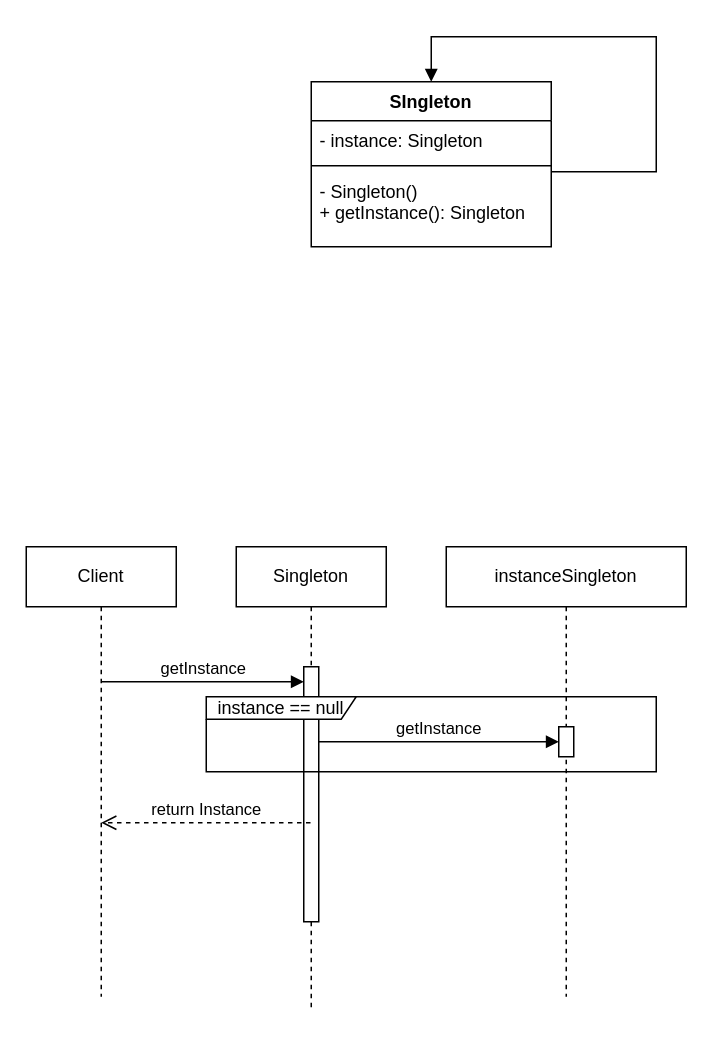
Before: page "Singleton" (5 of 10) of patrones_creacionales/Diagrama sin título.drawio in estebansalas18/Patrones-GoF, a draw.io diagram. Source tidied: cells renumbered, new cells numbered last; positions are measured from the earlier drawing's top-left corner, leaving out a move shared by most shapes. Both pictures are drawn from the tidied source at 150%, with x=0, y=0 at pixel (26, 36).
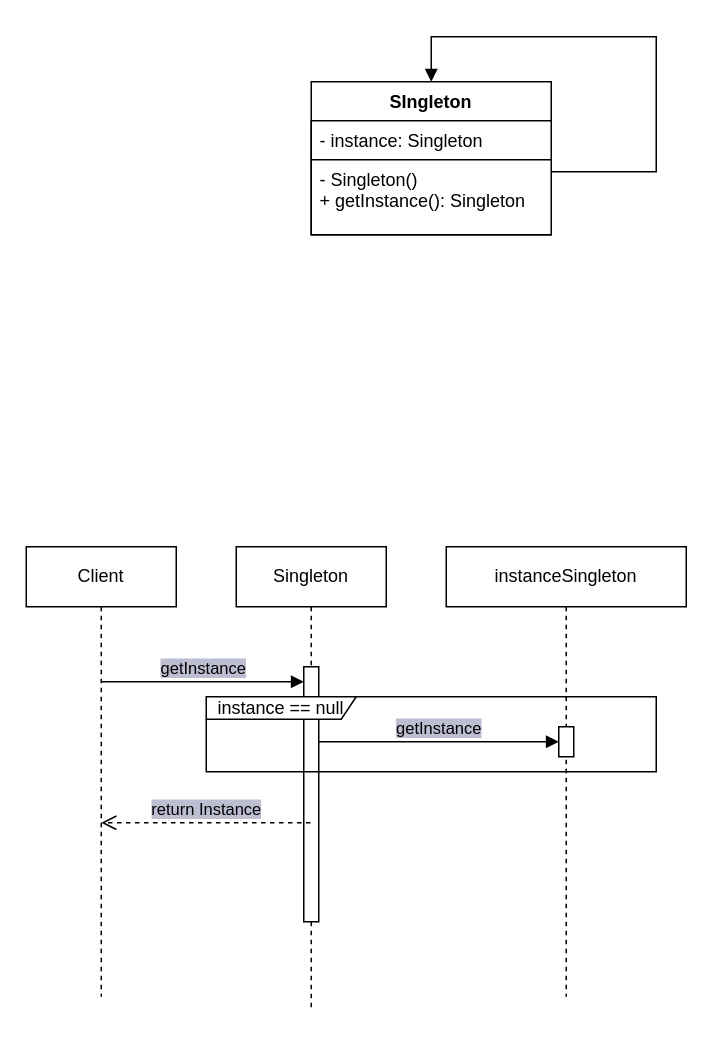
Above is the later version.

Unchanged cells that the change refers to:
```xml
<mxCell id="7" value="Client" style="shape=umlLifeline;perimeter=lifelinePerimeter;whiteSpace=wrap;html=1;" parent="1" vertex="1">
  <mxGeometry y="340" width="100" height="300" as="geometry" />
</mxCell>
<mxCell id="10" value="Singleton" style="shape=umlLifeline;perimeter=lifelinePerimeter;whiteSpace=wrap;html=1;outlineConnect=0;" parent="1" vertex="1">
  <mxGeometry x="140" y="340" width="100" height="310" as="geometry" />
</mxCell>
```

Diff of the diagram source:
```diff
@@
-    <mxCell id="2" value="SIngleton" style="swimlane;fontStyle=1;align=center;verticalAlign=top;horizontal=1;startSize=26;" parent="1" vertex="1">
-      <mxGeometry x="190" y="30" width="160" height="110" as="geometry" />
+    <mxCell id="2" value="SIngleton" style="swimlane;fontStyle=1;align=center;verticalAlign=top;horizontal=1;startSize=26;fillColor=#FFFFFF;strokeColor=#000000;" parent="1" vertex="1">
+      <mxGeometry x="190" y="30" width="160" height="102" as="geometry" />
     </mxCell>
-    <mxCell id="3" value="- instance: Singleton" style="text;strokeColor=none;fillColor=none;align=left;verticalAlign=top;spacingLeft=4;spacingRight=4;overflow=hidden;" parent="2" vertex="1">
+    <mxCell id="3" value="- instance: Singleton" style="text;strokeColor=#000000;fillColor=#FFFFFF;align=left;verticalAlign=top;spacingLeft=4;spacingRight=4;overflow=hidden;" parent="2" vertex="1">
       <mxGeometry y="26" width="160" height="26" as="geometry" />
     </mxCell>
-    <mxCell id="4" style="line;strokeWidth=1;fillColor=none;align=left;verticalAlign=middle;spacingTop=-1;spacingLeft=3;spacingRight=3;labelPosition=right;" parent="2" vertex="1">
-      <mxGeometry y="52" width="160" height="8" as="geometry" />
-    </mxCell>
-    <mxCell id="5" value="- Singleton()&#10;+ getInstance(): Singleton" style="text;strokeColor=none;fillColor=none;align=left;verticalAlign=top;spacingLeft=4;spacingRight=4;overflow=hidden;" parent="2" vertex="1">
-      <mxGeometry y="60" width="160" height="50" as="geometry" />
+    <mxCell id="5" value="- Singleton()&#10;+ getInstance(): Singleton" style="text;strokeColor=#000000;fillColor=#FFFFFF;align=left;verticalAlign=top;spacingLeft=4;spacingRight=4;overflow=hidden;" parent="2" vertex="1">
+      <mxGeometry y="52" width="160" height="50" as="geometry" />
     </mxCell>
-    <mxCell id="6" style="html=1;verticalAlign=bottom;endArrow=block;rounded=0;entryX=0.5;entryY=0;entryDx=0;entryDy=0;" parent="1" edge="1" target="2">
+    <mxCell id="6" style="html=1;verticalAlign=bottom;endArrow=block;rounded=0;entryX=0.5;entryY=0;entryDx=0;entryDy=0;fillColor=#FFFFFF;strokeColor=#000000;" parent="1" edge="1" target="2">
       <mxGeometry x="0.06" y="-140" relative="1" as="geometry">
         <mxPoint x="350" y="90" as="sourcePoint" />
         <Array as="points">
           <mxPoint x="420" y="90" />
           <mxPoint x="420" />
           <mxPoint x="270" />
         </Array>
       </mxGeometry>
     </mxCell>
@@
-    <mxCell id="8" value="getInstance" style="html=1;verticalAlign=bottom;endArrow=block;rounded=0;" parent="7" edge="1" target="11">
+    <mxCell id="8" value="getInstance" style="html=1;verticalAlign=bottom;endArrow=block;rounded=0;labelBackgroundColor=#BEBED3;" parent="7" edge="1" target="11">
       <mxGeometry relative="1" as="geometry">
         <mxPoint x="50" y="90" as="sourcePoint" />
       </mxGeometry>
     </mxCell>
@@
-    <mxCell id="11" style="html=1;points=[];perimeter=orthogonalPerimeter;" parent="10" vertex="1">
+    <mxCell id="11" style="html=1;points=[];perimeter=orthogonalPerimeter;labelBackgroundColor=#BEBED3;" parent="10" vertex="1">
       <mxGeometry x="45" y="80" width="10" height="170" as="geometry" />
     </mxCell>
-    <mxCell id="12" value="instance == null" style="shape=umlFrame;whiteSpace=wrap;html=1;width=100;height=15;" parent="10" vertex="1">
+    <mxCell id="12" value="instance == null" style="shape=umlFrame;whiteSpace=wrap;html=1;width=100;height=15;labelBackgroundColor=none;" parent="10" vertex="1">
       <mxGeometry x="-20" y="100" width="300" height="50" as="geometry" />
     </mxCell>
-    <mxCell id="13" value="getInstance" style="html=1;verticalAlign=bottom;endArrow=block;rounded=0;" parent="10" edge="1" target="14">
+    <mxCell id="13" value="getInstance" style="html=1;verticalAlign=bottom;endArrow=block;rounded=0;labelBackgroundColor=#BEBED3;" parent="10" edge="1" target="14">
       <mxGeometry relative="1" as="geometry">
         <mxPoint x="55" y="130" as="sourcePoint" />
       </mxGeometry>
     </mxCell>
-    <mxCell id="14" style="html=1;points=[];perimeter=orthogonalPerimeter;" parent="10" vertex="1">
+    <mxCell id="14" style="html=1;points=[];perimeter=orthogonalPerimeter;labelBackgroundColor=#BEBED3;" parent="10" vertex="1">
       <mxGeometry x="215" y="120" width="10" height="20" as="geometry" />
     </mxCell>
-    <mxCell id="15" value="return Instance" style="html=1;verticalAlign=bottom;endArrow=open;dashed=1;endSize=8;rounded=0;" parent="1" edge="1" source="10">
+    <mxCell id="15" value="return Instance" style="html=1;verticalAlign=bottom;endArrow=open;dashed=1;endSize=8;rounded=0;labelBackgroundColor=#BEBED3;" parent="1" edge="1" source="10">
       <mxGeometry relative="1" as="geometry">
         <mxPoint x="50" y="524" as="targetPoint" />
       </mxGeometry>
     </mxCell>
```
